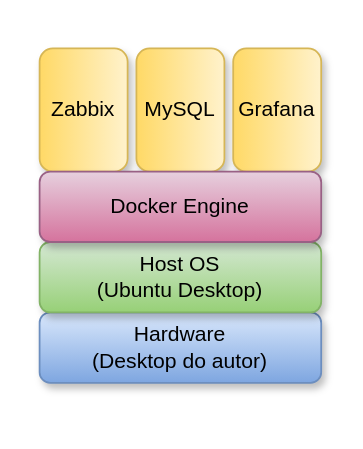
Before: texto/Diagrams/v2/v2_stack.drawio in vitorco7/saturmon, a draw.io diagram. Source tidied: cells renumbered, new cells numbered last; positions are measured from the earlier drawing's top-left corner, leaving out a move shared by most shapes. Both pictures are drawn from the tidied source at 176%, with x=0, y=0 at pixel (39, 48).
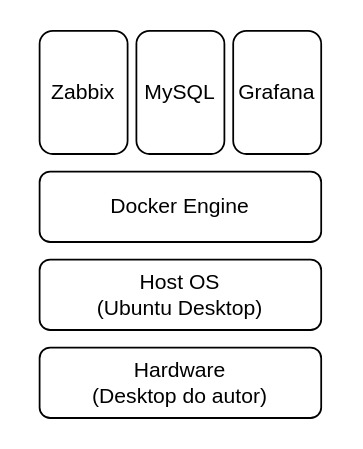
The same page after the edit.

Change to the diagram source:
```diff
@@
 <mxGraphModel>
   <root>
     <mxCell id="0" />
     <mxCell id="1" parent="0" />
-    <mxCell id="2" value="Hardware&lt;br&gt;(Desktop do autor)" style="rounded=1;whiteSpace=wrap;html=1;shadow=1;gradientDirection=south;fillColor=#dae8fc;strokeColor=#6c8ebf;gradientColor=#7ea6e0;glass=0;" parent="1" vertex="1">
-      <mxGeometry y="150" width="160" height="40" as="geometry" />
+    <mxCell id="2" value="Hardware&lt;br&gt;(Desktop do autor)" style="rounded=1;whiteSpace=wrap;html=1;shadow=0;gradientDirection=south;glass=0;" parent="1" vertex="1">
+      <mxGeometry y="170" width="160" height="40" as="geometry" />
     </mxCell>
-    <mxCell id="3" value="Host OS&lt;br&gt;&lt;div&gt;(Ubuntu Desktop)&lt;/div&gt;" style="rounded=1;whiteSpace=wrap;html=1;shadow=1;glass=0;fillColor=#d5e8d4;gradientColor=#97d077;strokeColor=#82b366;" parent="1" vertex="1">
-      <mxGeometry y="110" width="160" height="40" as="geometry" />
+    <mxCell id="3" value="Host OS&lt;br&gt;&lt;div&gt;(Ubuntu Desktop)&lt;/div&gt;" style="rounded=1;whiteSpace=wrap;html=1;shadow=0;glass=0;" parent="1" vertex="1">
+      <mxGeometry y="120" width="160" height="40" as="geometry" />
     </mxCell>
-    <mxCell id="4" value="&lt;div&gt;Zabbix&lt;/div&gt;" style="rounded=1;whiteSpace=wrap;html=1;direction=south;shadow=1;glass=0;fillColor=#fff2cc;gradientColor=#ffd966;strokeColor=#d6b656;" parent="1" vertex="1">
-      <mxGeometry width="50" height="70" as="geometry" />
+    <mxCell id="4" value="&lt;div&gt;Zabbix&lt;/div&gt;" style="rounded=1;whiteSpace=wrap;html=1;direction=south;shadow=0;glass=0;" parent="1" vertex="1">
+      <mxGeometry y="-10" width="50" height="70" as="geometry" />
     </mxCell>
-    <mxCell id="5" value="MySQL" style="rounded=1;whiteSpace=wrap;html=1;direction=south;shadow=1;glass=0;fillColor=#fff2cc;gradientColor=#ffd966;strokeColor=#d6b656;" parent="1" vertex="1">
-      <mxGeometry x="55" width="50" height="70" as="geometry" />
+    <mxCell id="5" value="MySQL" style="rounded=1;whiteSpace=wrap;html=1;direction=south;shadow=0;glass=0;" parent="1" vertex="1">
+      <mxGeometry x="55" y="-10" width="50" height="70" as="geometry" />
     </mxCell>
-    <mxCell id="6" value="&lt;div&gt;Grafana&lt;/div&gt;" style="rounded=1;whiteSpace=wrap;html=1;direction=south;shadow=1;glass=0;fillColor=#fff2cc;gradientColor=#ffd966;strokeColor=#d6b656;" parent="1" vertex="1">
-      <mxGeometry x="110" width="50" height="70" as="geometry" />
+    <mxCell id="6" value="&lt;div&gt;Grafana&lt;/div&gt;" style="rounded=1;whiteSpace=wrap;html=1;direction=south;shadow=0;glass=0;" parent="1" vertex="1">
+      <mxGeometry x="110" y="-10" width="50" height="70" as="geometry" />
     </mxCell>
-    <mxCell id="7" value="Docker Engine" style="rounded=1;whiteSpace=wrap;html=1;shadow=1;gradientDirection=south;fillColor=#e6d0de;strokeColor=#996185;gradientColor=#d5739d;glass=0;" parent="1" vertex="1">
+    <mxCell id="7" value="Docker Engine" style="rounded=1;whiteSpace=wrap;html=1;shadow=0;gradientDirection=south;glass=0;" parent="1" vertex="1">
       <mxGeometry y="70" width="160" height="40" as="geometry" />
     </mxCell>
   </root>
 </mxGraphModel>
```
